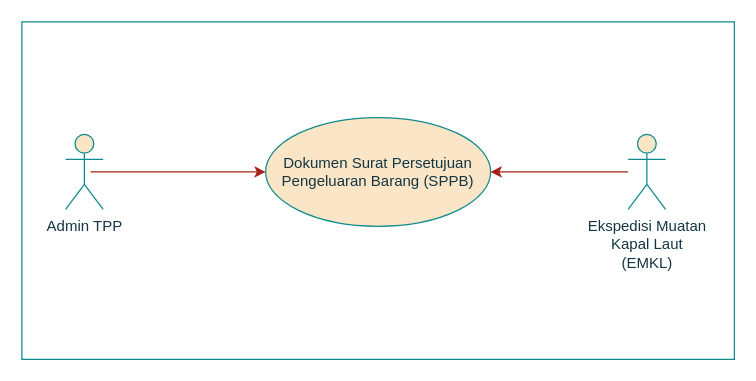
The draw.io diagram page "keluar" (2 of 4) of usecase bab 3 pa tata.drawio in cuangshulhan/Flowchart, before the edit. Source tidied: cells renumbered, new cells numbered last; positions are measured from the earlier drawing's top-left corner, leaving out a move shared by most shapes. Both pictures are drawn from the tidied source at 125%, with x=0, y=0 at pixel (21, 21).
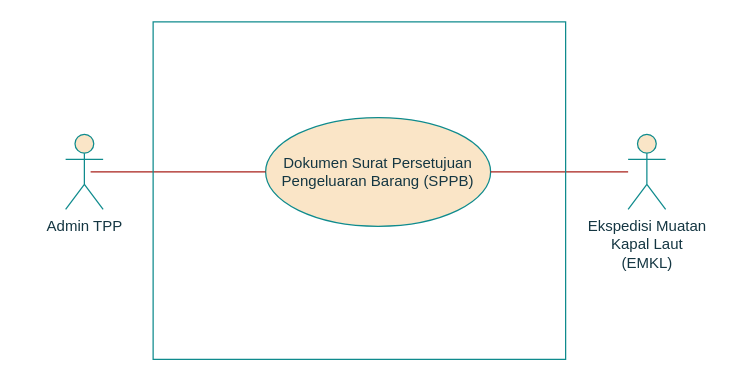
Above is the later version.

Change to the diagram source:
```diff
@@
 <mxGraphModel>
   <root>
     <mxCell id="0" />
     <mxCell id="1" parent="0" />
     <mxCell id="2" value="Admin TPP" style="shape=umlActor;verticalLabelPosition=bottom;verticalAlign=top;html=1;fillColor=#FAE5C7;strokeColor=#0F8B8D;fontColor=#143642;" parent="1" vertex="1">
       <mxGeometry x="35" y="90" width="30" height="60" as="geometry" />
     </mxCell>
     <mxCell id="3" value="&lt;div&gt;Ekspedisi Muatan &lt;br&gt;&lt;/div&gt;&lt;div&gt;Kapal Laut &lt;br&gt;&lt;/div&gt;&lt;div&gt;(EMKL)&lt;/div&gt;" style="shape=umlActor;verticalLabelPosition=bottom;verticalAlign=top;html=1;fillColor=#FAE5C7;strokeColor=#0F8B8D;fontColor=#143642;" parent="1" vertex="1">
       <mxGeometry x="485" y="90" width="30" height="60" as="geometry" />
     </mxCell>
     <mxCell id="4" value="Dokumen Surat Persetujuan Pengeluaran Barang (SPPB) " style="ellipse;whiteSpace=wrap;html=1;fillColor=#FAE5C7;strokeColor=#0F8B8D;fontColor=#143642;" parent="1" vertex="1">
       <mxGeometry x="195" y="76.5" width="180" height="87" as="geometry" />
     </mxCell>
-    <mxCell id="5" style="endArrow=classic;html=1;entryX=0;entryY=0.5;entryDx=0;entryDy=0;strokeColor=#A8201A;fontColor=#143642;labelBackgroundColor=#DAD2D8;" parent="1" edge="1" target="4">
+    <mxCell id="5" style="endArrow=none;html=1;entryX=0;entryY=0.5;entryDx=0;entryDy=0;strokeColor=#A8201A;fontColor=#143642;labelBackgroundColor=#DAD2D8;endFill=0;" parent="1" edge="1" target="4">
       <mxGeometry relative="1" as="geometry">
         <mxPoint x="55" y="120" as="sourcePoint" />
       </mxGeometry>
     </mxCell>
-    <mxCell id="6" style="endArrow=classic;html=1;entryX=1;entryY=0.5;entryDx=0;entryDy=0;strokeColor=#A8201A;fontColor=#143642;labelBackgroundColor=#DAD2D8;" parent="1" edge="1" source="3" target="4">
+    <mxCell id="6" style="endArrow=none;html=1;entryX=1;entryY=0.5;entryDx=0;entryDy=0;strokeColor=#A8201A;fontColor=#143642;labelBackgroundColor=#DAD2D8;endFill=0;" parent="1" edge="1" source="3" target="4">
       <mxGeometry relative="1" as="geometry" />
     </mxCell>
     <mxCell id="7" style="rounded=0;whiteSpace=wrap;html=1;sketch=0;strokeColor=#0F8B8D;fillColor=none;fontColor=#143642;" parent="1" vertex="1">
-      <mxGeometry width="570" height="270" as="geometry" />
+      <mxGeometry x="105" width="330" height="270" as="geometry" />
     </mxCell>
   </root>
 </mxGraphModel>
```
